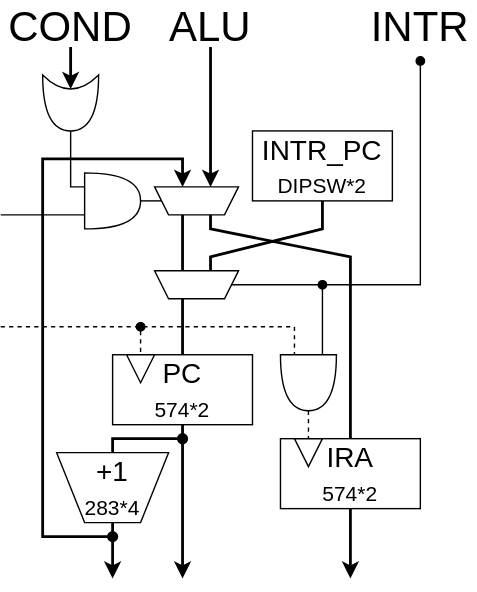
Before: Lab/Computer/RK16/9_Hardware/img/circuit_npc.dio.svg, a diagram exported from draw.io (amane-uehara/kanade-k-1228.github.io). Source tidied: cells renumbered, new cells last; positions are measured from the earlier drawing's top-left corner, leaving out a move shared by most shapes.
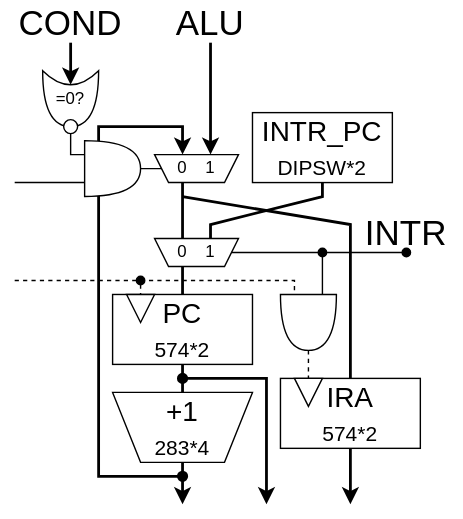
After the commit.

The edit, as a diff of the source:
```diff
@@ -2,182 +2,196 @@
   <root>
     <mxCell id="0" />
     <mxCell id="1" parent="0" />
+    <mxCell id="35" style="endArrow=none;html=1;rounded=0;" parent="1" edge="1">
+      <mxGeometry relative="1" as="geometry">
+        <mxPoint x="110" y="200" as="sourcePoint" />
+        <mxPoint x="100" y="180" as="targetPoint" />
+        <Array as="points">
+          <mxPoint x="100" y="200" />
+        </Array>
+      </mxGeometry>
+    </mxCell>
+    <mxCell id="36" style="endArrow=none;html=1;rounded=0;" parent="1" edge="1">
+      <mxGeometry relative="1" as="geometry">
+        <mxPoint x="170" y="210" as="sourcePoint" />
+        <mxPoint x="140" y="210" as="targetPoint" />
+      </mxGeometry>
+    </mxCell>
     <mxCell id="2" style="endArrow=none;html=1;fontSize=20;strokeWidth=2;endFill=0;" parent="1" edge="1">
       <mxGeometry relative="1" as="geometry">
-        <mxPoint x="130" y="150" as="sourcePoint" />
-        <mxPoint x="130" y="190" as="targetPoint" />
+        <mxPoint x="180" y="220" as="sourcePoint" />
+        <mxPoint x="180" y="260" as="targetPoint" />
       </mxGeometry>
     </mxCell>
     <mxCell id="3" style="shape=or;whiteSpace=wrap;html=1;fontSize=40;direction=south;" parent="1" vertex="1">
-      <mxGeometry x="200" y="250" width="40" height="40" as="geometry" />
+      <mxGeometry x="250" y="300" width="40" height="40" as="geometry" />
     </mxCell>
     <mxCell id="4" value="IRA&lt;br style=&quot;font-size: 19px;&quot;&gt;&lt;font style=&quot;font-size: 15px;&quot;&gt;574*2&lt;/font&gt;" style="rounded=0;whiteSpace=wrap;html=1;fontSize=20;" parent="1" vertex="1">
-      <mxGeometry x="200" y="310" width="100" height="50" as="geometry" />
+      <mxGeometry x="250" y="360" width="100" height="50" as="geometry" />
     </mxCell>
-    <mxCell id="5" value="INTR" style="text;html=1;strokeColor=none;fillColor=none;align=center;verticalAlign=middle;whiteSpace=wrap;rounded=0;fontSize=30;" parent="1" vertex="1">
-      <mxGeometry x="260" width="80" height="30" as="geometry" />
+    <mxCell id="5" value="INTR" style="text;html=1;strokeColor=none;fillColor=none;align=center;verticalAlign=middle;whiteSpace=wrap;rounded=0;fontSize=25;" parent="1" vertex="1">
+      <mxGeometry x="300" y="240" width="80" height="30" as="geometry" />
     </mxCell>
-    <mxCell id="6" style="endArrow=none;html=1;fontSize=20;strokeWidth=2;endFill=0;rounded=0;startArrow=oval;startFill=1;" parent="1" edge="1">
-      <mxGeometry relative="1" as="geometry">
-        <mxPoint x="130" y="310" as="sourcePoint" />
-        <mxPoint x="80" y="320" as="targetPoint" />
-        <Array as="points">
-          <mxPoint x="80" y="310" />
-        </Array>
-      </mxGeometry>
-    </mxCell>
     <mxCell id="7" style="endArrow=none;html=1;fontSize=20;strokeWidth=2;endFill=0;" parent="1" edge="1">
       <mxGeometry relative="1" as="geometry">
-        <mxPoint x="130" y="210" as="sourcePoint" />
-        <mxPoint x="130" y="250" as="targetPoint" />
+        <mxPoint x="180" y="280" as="sourcePoint" />
+        <mxPoint x="180" y="300" as="targetPoint" />
       </mxGeometry>
     </mxCell>
-    <mxCell id="8" style="endArrow=classic;html=1;fontSize=20;strokeWidth=2;" parent="1" edge="1">
+    <mxCell id="8" style="endArrow=classic;html=1;fontSize=20;strokeWidth=2;rounded=0;startArrow=oval;startFill=1;" parent="1" edge="1">
       <mxGeometry relative="1" as="geometry">
-        <mxPoint x="130" y="300" as="sourcePoint" />
-        <mxPoint x="130" y="410" as="targetPoint" />
+        <mxPoint x="180" y="360" as="sourcePoint" />
+        <mxPoint x="240" y="450" as="targetPoint" />
+        <Array as="points">
+          <mxPoint x="240" y="360" />
+        </Array>
       </mxGeometry>
     </mxCell>
     <mxCell id="9" value="INTR_PC&lt;br style=&quot;font-size: 19px;&quot;&gt;&lt;font style=&quot;font-size: 15px;&quot;&gt;DIPSW*2&lt;/font&gt;" style="rounded=0;whiteSpace=wrap;html=1;fontSize=20;" parent="1" vertex="1">
-      <mxGeometry x="180" y="90" width="100" height="50" as="geometry" />
+      <mxGeometry x="230" y="170" width="100" height="50" as="geometry" />
     </mxCell>
     <mxCell id="10" style="triangle;whiteSpace=wrap;html=1;fontSize=15;direction=south;" parent="1" vertex="1">
-      <mxGeometry x="210" y="310" width="20" height="20" as="geometry" />
+      <mxGeometry x="260" y="360" width="20" height="20" as="geometry" />
     </mxCell>
     <mxCell id="11" style="endArrow=none;html=1;fontSize=20;strokeWidth=2;endFill=0;rounded=0;" parent="1" edge="1">
       <mxGeometry relative="1" as="geometry">
-        <mxPoint x="150" y="150" as="sourcePoint" />
-        <mxPoint x="250" y="310" as="targetPoint" />
+        <mxPoint x="180" y="230" as="sourcePoint" />
+        <mxPoint x="300" y="360" as="targetPoint" />
         <Array as="points">
-          <mxPoint x="150" y="160" />
-          <mxPoint x="250" y="180" />
+          <mxPoint x="300" y="250" />
         </Array>
       </mxGeometry>
     </mxCell>
     <mxCell id="12" style="endArrow=none;html=1;fontSize=20;strokeWidth=1;dashed=1;rounded=0;endFill=0;" parent="1" edge="1">
       <mxGeometry relative="1" as="geometry">
-        <mxPoint y="230" as="sourcePoint" />
-        <mxPoint x="210" y="250" as="targetPoint" />
+        <mxPoint x="60" y="290" as="sourcePoint" />
+        <mxPoint x="260" y="300" as="targetPoint" />
         <Array as="points">
-          <mxPoint x="210" y="230" />
+          <mxPoint x="260" y="290" />
         </Array>
       </mxGeometry>
     </mxCell>
     <mxCell id="13" style="endArrow=classic;html=1;fontSize=20;strokeWidth=2;rounded=0;startArrow=oval;startFill=1;" parent="1" edge="1">
       <mxGeometry relative="1" as="geometry">
-        <mxPoint x="80" y="380" as="sourcePoint" />
-        <mxPoint x="130" y="130" as="targetPoint" />
+        <mxPoint x="180" y="430" as="sourcePoint" />
+        <mxPoint x="180" y="200" as="targetPoint" />
         <Array as="points">
-          <mxPoint x="30" y="380" />
-          <mxPoint x="30" y="110" />
-          <mxPoint x="130" y="110" />
+          <mxPoint x="120" y="430" />
+          <mxPoint x="120" y="180" />
+          <mxPoint x="180" y="180" />
         </Array>
       </mxGeometry>
     </mxCell>
     <mxCell id="14" value="PC&lt;br&gt;&lt;font style=&quot;font-size: 15px;&quot;&gt;574*2&lt;/font&gt;" style="rounded=0;whiteSpace=wrap;html=1;fontSize=20;" parent="1" vertex="1">
-      <mxGeometry x="80" y="250" width="100" height="50" as="geometry" />
+      <mxGeometry x="130" y="300" width="100" height="50" as="geometry" />
     </mxCell>
     <mxCell id="15" style="endArrow=classic;html=1;fontSize=20;strokeWidth=2;" parent="1" edge="1">
       <mxGeometry relative="1" as="geometry">
-        <mxPoint x="80" y="370" as="sourcePoint" />
-        <mxPoint x="80" y="410" as="targetPoint" />
+        <mxPoint x="180" y="420" as="sourcePoint" />
+        <mxPoint x="180" y="450" as="targetPoint" />
       </mxGeometry>
     </mxCell>
     <mxCell id="16" value="+1&lt;br&gt;&lt;font style=&quot;font-size: 15px;&quot;&gt;283*4&lt;/font&gt;" style="shape=trapezoid;perimeter=trapezoidPerimeter;whiteSpace=wrap;html=1;fixedSize=1;direction=west;fontSize=20;size=20;" parent="1" vertex="1">
-      <mxGeometry x="40" y="320" width="80" height="50" as="geometry" />
+      <mxGeometry x="130" y="370" width="100" height="50" as="geometry" />
     </mxCell>
     <mxCell id="17" style="triangle;whiteSpace=wrap;html=1;fontSize=15;direction=south;" parent="1" vertex="1">
-      <mxGeometry x="90" y="250" width="20" height="20" as="geometry" />
+      <mxGeometry x="140" y="300" width="20" height="20" as="geometry" />
     </mxCell>
     <mxCell id="18" style="shape=trapezoid;perimeter=trapezoidPerimeter;whiteSpace=wrap;html=1;fixedSize=1;direction=west;fontSize=15;size=10;" parent="1" vertex="1">
-      <mxGeometry x="110" y="130" width="60" height="20" as="geometry" />
+      <mxGeometry x="160" y="200" width="60" height="20" as="geometry" />
     </mxCell>
     <mxCell id="19" style="endArrow=none;html=1;fontSize=20;strokeWidth=2;endFill=0;rounded=0;" parent="1" edge="1">
       <mxGeometry relative="1" as="geometry">
-        <mxPoint x="230" y="140" as="sourcePoint" />
-        <mxPoint x="150" y="190" as="targetPoint" />
+        <mxPoint x="280" y="220" as="sourcePoint" />
+        <mxPoint x="200" y="260" as="targetPoint" />
         <Array as="points">
-          <mxPoint x="230" y="160" />
-          <mxPoint x="150" y="180" />
+          <mxPoint x="280" y="230" />
+          <mxPoint x="200" y="250" />
         </Array>
       </mxGeometry>
     </mxCell>
     <mxCell id="20" style="shape=trapezoid;perimeter=trapezoidPerimeter;whiteSpace=wrap;html=1;fixedSize=1;direction=west;fontSize=15;size=10;" parent="1" vertex="1">
-      <mxGeometry x="110" y="190" width="60" height="20" as="geometry" />
+      <mxGeometry x="160" y="260" width="60" height="20" as="geometry" />
     </mxCell>
     <mxCell id="21" style="endArrow=classic;html=1;fontSize=20;strokeWidth=2;" parent="1" edge="1">
       <mxGeometry relative="1" as="geometry">
-        <mxPoint x="50" y="30" as="sourcePoint" />
-        <mxPoint x="50" y="60" as="targetPoint" />
+        <mxPoint x="100" y="120" as="sourcePoint" />
+        <mxPoint x="100" y="150" as="targetPoint" />
       </mxGeometry>
     </mxCell>
-    <mxCell id="22" value="ALU" style="text;html=1;strokeColor=none;fillColor=none;align=center;verticalAlign=middle;whiteSpace=wrap;rounded=0;fontSize=30;" parent="1" vertex="1">
-      <mxGeometry x="110" width="80" height="30" as="geometry" />
+    <mxCell id="22" value="ALU" style="text;html=1;strokeColor=none;fillColor=none;align=center;verticalAlign=middle;whiteSpace=wrap;rounded=0;fontSize=25;" parent="1" vertex="1">
+      <mxGeometry x="160" y="90" width="80" height="30" as="geometry" />
     </mxCell>
     <mxCell id="23" style="endArrow=none;html=1;fontSize=20;strokeWidth=1;rounded=0;endFill=0;startArrow=oval;startFill=1;" parent="1" edge="1" target="20">
       <mxGeometry relative="1" as="geometry">
-        <mxPoint x="300" y="40" as="sourcePoint" />
-        <Array as="points">
-          <mxPoint x="300" y="200" />
-        </Array>
+        <mxPoint x="340" y="270" as="sourcePoint" />
       </mxGeometry>
     </mxCell>
     <mxCell id="24" style="endArrow=none;html=1;fontSize=20;strokeWidth=1;dashed=1;rounded=0;startArrow=oval;startFill=1;endFill=0;" parent="1" edge="1">
       <mxGeometry relative="1" as="geometry">
-        <mxPoint x="100" y="230" as="sourcePoint" />
-        <mxPoint x="100" y="250" as="targetPoint" />
+        <mxPoint x="150" y="290" as="sourcePoint" />
+        <mxPoint x="150" y="300" as="targetPoint" />
       </mxGeometry>
     </mxCell>
     <mxCell id="25" style="endArrow=none;html=1;fontSize=20;strokeWidth=1;dashed=1;rounded=0;startArrow=none;startFill=0;endFill=0;" parent="1" edge="1">
       <mxGeometry relative="1" as="geometry">
-        <mxPoint x="220" y="290" as="sourcePoint" />
-        <mxPoint x="220" y="310" as="targetPoint" />
+        <mxPoint x="270" y="340" as="sourcePoint" />
+        <mxPoint x="270" y="360" as="targetPoint" />
       </mxGeometry>
     </mxCell>
     <mxCell id="26" style="endArrow=none;html=1;fontSize=20;strokeWidth=1;rounded=0;endFill=0;startArrow=oval;startFill=1;" parent="1" edge="1">
       <mxGeometry relative="1" as="geometry">
-        <mxPoint x="230" y="200" as="sourcePoint" />
-        <mxPoint x="230" y="250" as="targetPoint" />
+        <mxPoint x="280" y="270" as="sourcePoint" />
+        <mxPoint x="280" y="300" as="targetPoint" />
       </mxGeometry>
     </mxCell>
     <mxCell id="27" style="endArrow=classic;html=1;fontSize=20;strokeWidth=2;" parent="1" edge="1">
       <mxGeometry relative="1" as="geometry">
-        <mxPoint x="150" y="30" as="sourcePoint" />
-        <mxPoint x="150" y="130" as="targetPoint" />
+        <mxPoint x="200" y="120" as="sourcePoint" />
+        <mxPoint x="200" y="200" as="targetPoint" />
       </mxGeometry>
     </mxCell>
-    <mxCell id="28" value="COND" style="text;html=1;strokeColor=none;fillColor=none;align=center;verticalAlign=middle;whiteSpace=wrap;rounded=0;fontSize=30;" parent="1" vertex="1">
-      <mxGeometry width="100" height="30" as="geometry" />
+    <mxCell id="28" value="COND" style="text;html=1;strokeColor=none;fillColor=none;align=center;verticalAlign=middle;whiteSpace=wrap;rounded=0;fontSize=25;" parent="1" vertex="1">
+      <mxGeometry x="50" y="90" width="100" height="30" as="geometry" />
     </mxCell>
-    <mxCell id="29" style="shape=xor;whiteSpace=wrap;html=1;direction=south;" parent="1" vertex="1">
-      <mxGeometry x="30" y="50" width="40" height="40" as="geometry" />
+    <mxCell id="29" value="=0?" style="shape=xor;whiteSpace=wrap;html=1;direction=south;" parent="1" vertex="1">
+      <mxGeometry x="80" y="140" width="40" height="40" as="geometry" />
     </mxCell>
-    <mxCell id="30" style="shape=or;whiteSpace=wrap;html=1;fontSize=40;direction=east;" parent="1" vertex="1">
-      <mxGeometry x="60" y="120" width="40" height="40" as="geometry" />
+    <mxCell id="30" style="shape=or;whiteSpace=wrap;html=1;fontSize=40;direction=east;rotation=0;" parent="1" vertex="1">
+      <mxGeometry x="110" y="190" width="40" height="40" as="geometry" />
     </mxCell>
-    <mxCell id="31" style="endArrow=none;html=1;rounded=0;" parent="1" edge="1" source="18" target="30">
-      <mxGeometry relative="1" as="geometry" />
-    </mxCell>
-    <mxCell id="32" style="endArrow=none;html=1;rounded=0;" parent="1" edge="1">
-      <mxGeometry relative="1" as="geometry">
-        <mxPoint x="60" y="130" as="sourcePoint" />
-        <mxPoint x="50" y="90" as="targetPoint" />
-        <Array as="points">
-          <mxPoint x="50" y="130" />
-        </Array>
-      </mxGeometry>
-    </mxCell>
-    <mxCell id="33" style="endArrow=none;html=1;rounded=0;" parent="1" edge="1">
-      <mxGeometry relative="1" as="geometry">
-        <mxPoint x="60" y="150" as="sourcePoint" />
-        <mxPoint y="150" as="targetPoint" />
-      </mxGeometry>
-    </mxCell>
     <mxCell id="34" style="endArrow=classic;html=1;fontSize=20;strokeWidth=2;" parent="1" edge="1">
       <mxGeometry relative="1" as="geometry">
-        <mxPoint x="250" y="360" as="sourcePoint" />
-        <mxPoint x="250" y="410" as="targetPoint" />
+        <mxPoint x="300" y="410" as="sourcePoint" />
+        <mxPoint x="300" y="450" as="targetPoint" />
       </mxGeometry>
     </mxCell>
+    <mxCell id="37" value="0" style="text;html=1;strokeColor=none;fillColor=none;align=center;verticalAlign=middle;whiteSpace=wrap;rounded=0;" parent="1" vertex="1">
+      <mxGeometry x="170" y="260" width="20" height="20" as="geometry" />
+    </mxCell>
+    <mxCell id="38" value="0" style="text;html=1;strokeColor=none;fillColor=none;align=center;verticalAlign=middle;whiteSpace=wrap;rounded=0;" parent="1" vertex="1">
+      <mxGeometry x="170" y="200" width="20" height="20" as="geometry" />
+    </mxCell>
+    <mxCell id="39" value="1" style="text;html=1;strokeColor=none;fillColor=none;align=center;verticalAlign=middle;whiteSpace=wrap;rounded=0;" parent="1" vertex="1">
+      <mxGeometry x="190" y="200" width="20" height="20" as="geometry" />
+    </mxCell>
+    <mxCell id="40" value="1" style="text;html=1;strokeColor=none;fillColor=none;align=center;verticalAlign=middle;whiteSpace=wrap;rounded=0;" parent="1" vertex="1">
+      <mxGeometry x="190" y="260" width="20" height="20" as="geometry" />
+    </mxCell>
+    <mxCell id="41" style="endArrow=none;html=1;rounded=0;" parent="1" edge="1">
+      <mxGeometry relative="1" as="geometry">
+        <mxPoint x="110" y="220" as="sourcePoint" />
+        <mxPoint x="60" y="220" as="targetPoint" />
+      </mxGeometry>
+    </mxCell>
+    <mxCell id="42" style="ellipse;whiteSpace=wrap;html=1;" parent="1" vertex="1">
+      <mxGeometry x="95" y="175" width="10" height="10" as="geometry" />
+    </mxCell>
+    <mxCell id="43" style="endArrow=none;html=1;fontSize=20;strokeWidth=2;endFill=0;" parent="1" edge="1">
+      <mxGeometry relative="1" as="geometry">
+        <mxPoint x="180" y="350" as="sourcePoint" />
+        <mxPoint x="180" y="370" as="targetPoint" />
+      </mxGeometry>
+    </mxCell>
   </root>
 </mxGraphModel>
```
